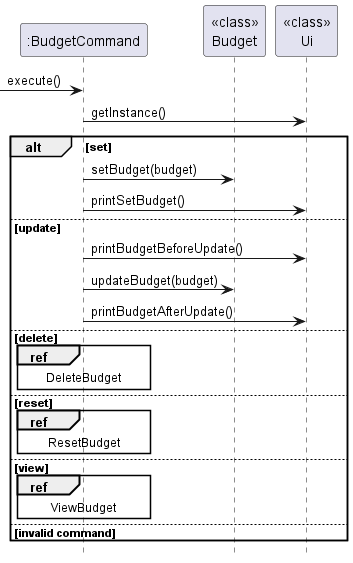
Above: docs/images/Budget.png in nus-cs2113-AY2324S1/tp (PlantUML), before the change.
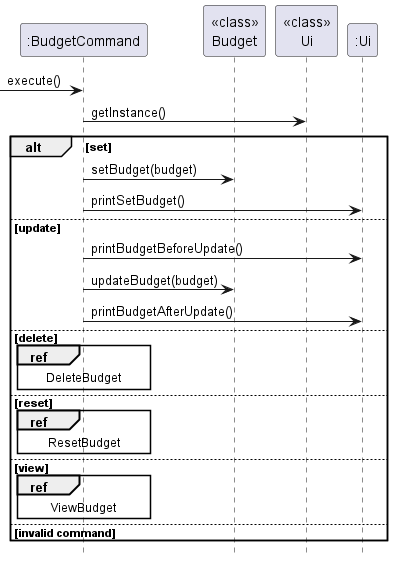
After the change.

Diff of the diagram source:
```diff
@@ -2,10 +2,11 @@
 
 participant ":BudgetCommand" as BudgetCommand
 participant "<<class>>\nBudget" as Budget
-participant "<<class>>\nUi" as Ui
+participant "<<class>>\nUi" as UiClass
+participant ":Ui" as Ui
 
 -> BudgetCommand: execute()
-BudgetCommand -> Ui: getInstance()
+BudgetCommand -> UiClass: getInstance()
 
 alt set
     BudgetCommand -> Budget: setBudget(budget)
```
